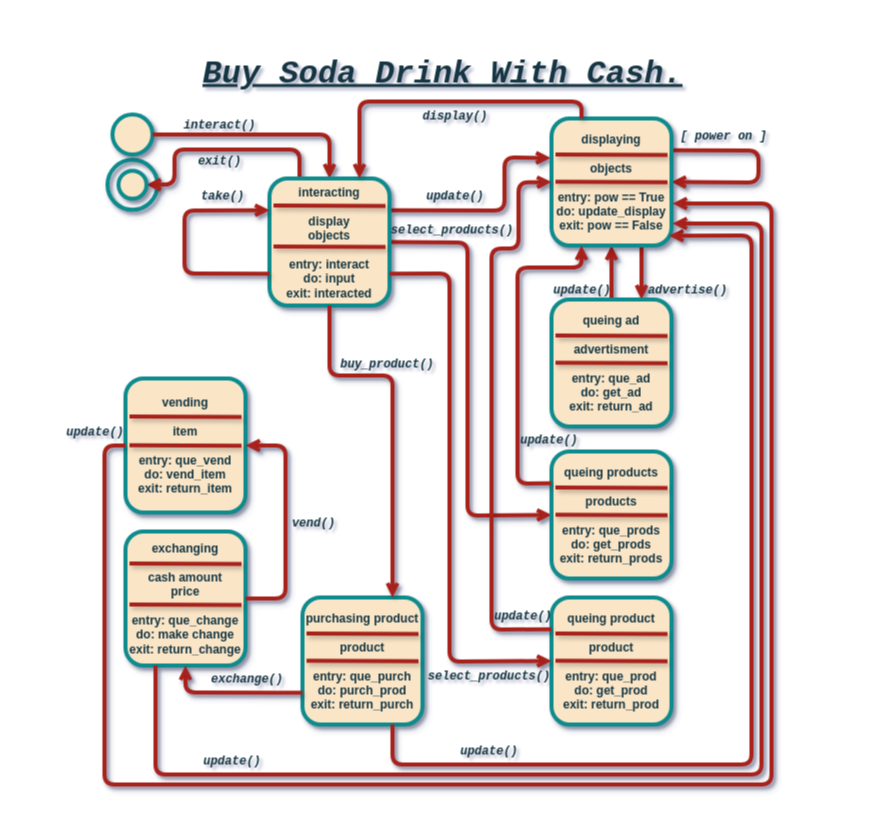
Above: page "Purchase_State_Diagram" (2 of 18) of CSC382-Software_Engineering/Final/Final.drawio in casonk/university-coursework (draw.io), before the change. Source tidied: cells renumbered, new cells numbered last; positions are measured from the earlier drawing's top-left corner, leaving out a move shared by most shapes. Both pictures are drawn from the tidied source at 100%, with x=0, y=0 at pixel (21, 21).
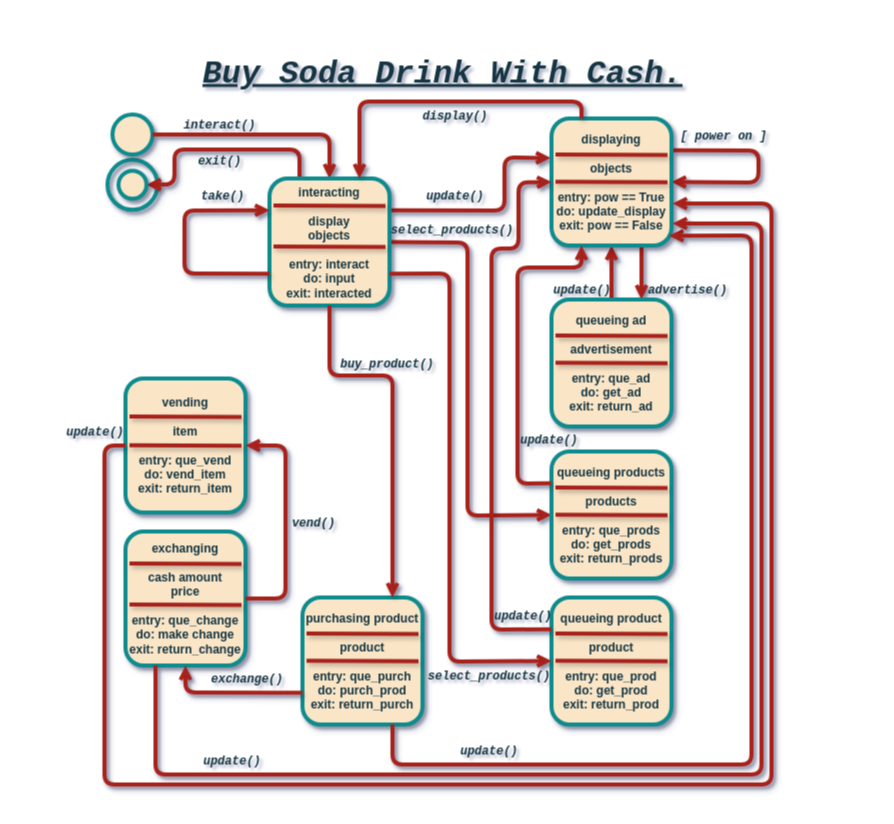
After the change.

Diff of the diagram source:
```diff
@@
-    <mxCell id="23" value="&lt;span&gt;queing ad&lt;br&gt;&lt;br&gt;advertisment&lt;br&gt;&lt;br&gt;entry: que_ad&lt;br&gt;do: get_ad&lt;br&gt;exit: return_ad&lt;br&gt;&lt;/span&gt;" style="rounded=1;whiteSpace=wrap;html=1;shadow=1;sketch=0;fontColor=#143642;strokeColor=#0F8B8D;fillColor=#FAE5C7;rotation=0;fontStyle=1;strokeWidth=4;" parent="1" vertex="1">
+    <mxCell id="23" value="&lt;span&gt;queueing ad&lt;br&gt;&lt;br&gt;advertisement&lt;br&gt;&lt;br&gt;entry: que_ad&lt;br&gt;do: get_ad&lt;br&gt;exit: return_ad&lt;br&gt;&lt;/span&gt;" style="rounded=1;whiteSpace=wrap;html=1;shadow=1;sketch=0;fontColor=#143642;strokeColor=#0F8B8D;fillColor=#FAE5C7;rotation=0;fontStyle=1;strokeWidth=4;" parent="1" vertex="1">
       <mxGeometry x="530" y="278" width="120" height="127" as="geometry" />
     </mxCell>
@@
-    <mxCell id="28" value="&lt;span&gt;queing products&lt;br&gt;&lt;br&gt;products&lt;br&gt;&lt;br&gt;entry: que_prods&lt;br&gt;do: get_prods&lt;br&gt;exit: return_prods&lt;br&gt;&lt;/span&gt;" style="rounded=1;whiteSpace=wrap;html=1;shadow=1;sketch=0;fontColor=#143642;strokeColor=#0F8B8D;fillColor=#FAE5C7;rotation=0;fontStyle=1;strokeWidth=4;" parent="1" vertex="1">
+    <mxCell id="28" value="&lt;span&gt;queueing products&lt;br&gt;&lt;br&gt;products&lt;br&gt;&lt;br&gt;entry: que_prods&lt;br&gt;do: get_prods&lt;br&gt;exit: return_prods&lt;br&gt;&lt;/span&gt;" style="rounded=1;whiteSpace=wrap;html=1;shadow=1;sketch=0;fontColor=#143642;strokeColor=#0F8B8D;fillColor=#FAE5C7;rotation=0;fontStyle=1;strokeWidth=4;" parent="1" vertex="1">
       <mxGeometry x="530" y="430" width="120" height="127" as="geometry" />
     </mxCell>
@@
-    <mxCell id="34" value="&lt;span&gt;queing product&lt;br&gt;&lt;br&gt;product&lt;br&gt;&lt;br&gt;entry: que_prod&lt;br&gt;do: get_prod&lt;br&gt;exit: return_prod&lt;br&gt;&lt;/span&gt;" style="rounded=1;whiteSpace=wrap;html=1;shadow=1;sketch=0;fontColor=#143642;strokeColor=#0F8B8D;fillColor=#FAE5C7;rotation=0;fontStyle=1;strokeWidth=4;" parent="1" vertex="1">
+    <mxCell id="34" value="&lt;span&gt;queueing product&lt;br&gt;&lt;br&gt;product&lt;br&gt;&lt;br&gt;entry: que_prod&lt;br&gt;do: get_prod&lt;br&gt;exit: return_prod&lt;br&gt;&lt;/span&gt;" style="rounded=1;whiteSpace=wrap;html=1;shadow=1;sketch=0;fontColor=#143642;strokeColor=#0F8B8D;fillColor=#FAE5C7;rotation=0;fontStyle=1;strokeWidth=4;" parent="1" vertex="1">
       <mxGeometry x="530" y="576" width="120" height="127" as="geometry" />
     </mxCell>
```
